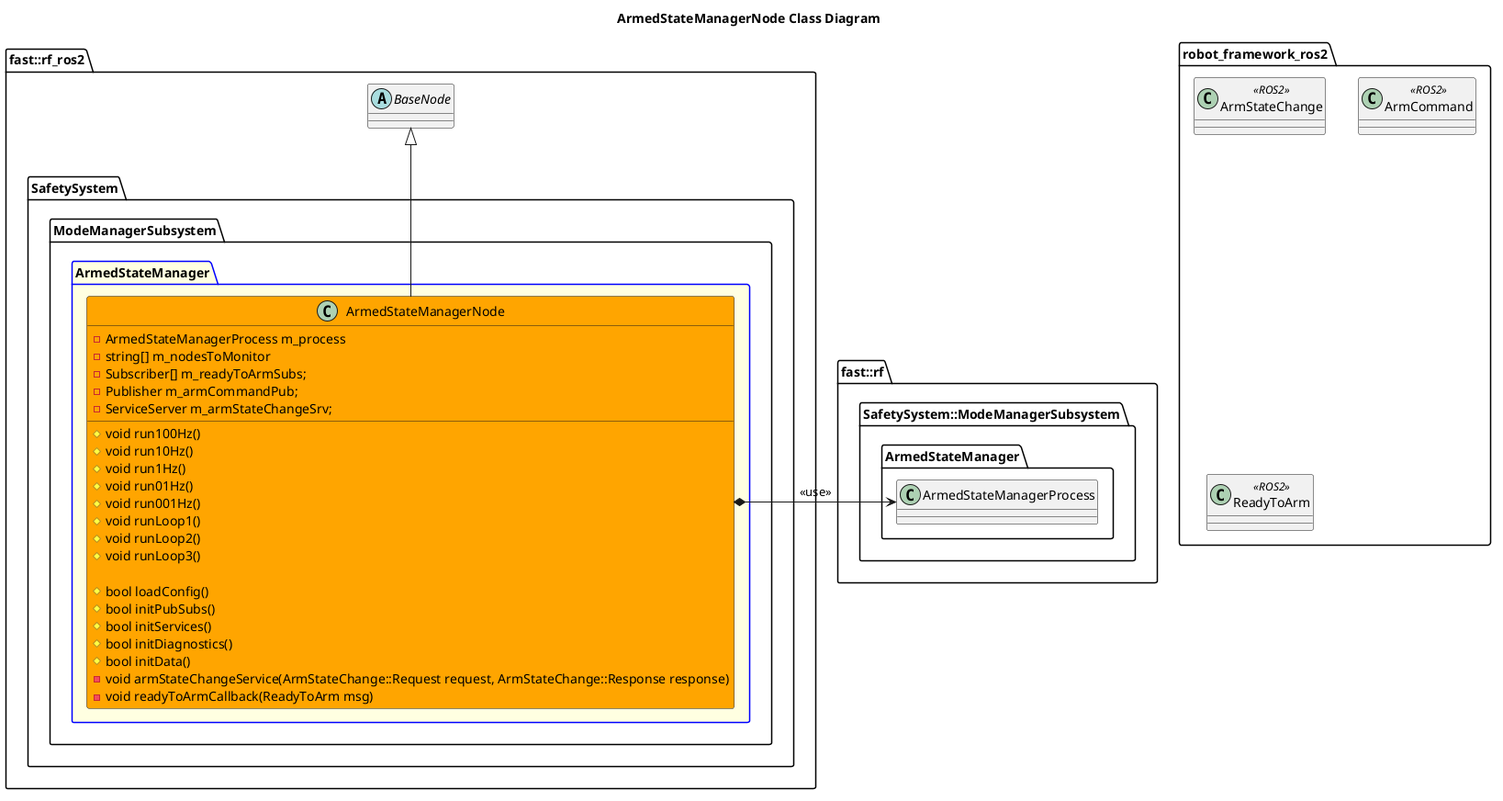
Above: Systems/Safety/Subsystems/ModeManager/Nodes/ArmedStateManagerNode/doc/puml/ArmedStateManagerNodeClassDiagram.png in fastrobotics/robot_framework_ros2 (PlantUML), before the change.
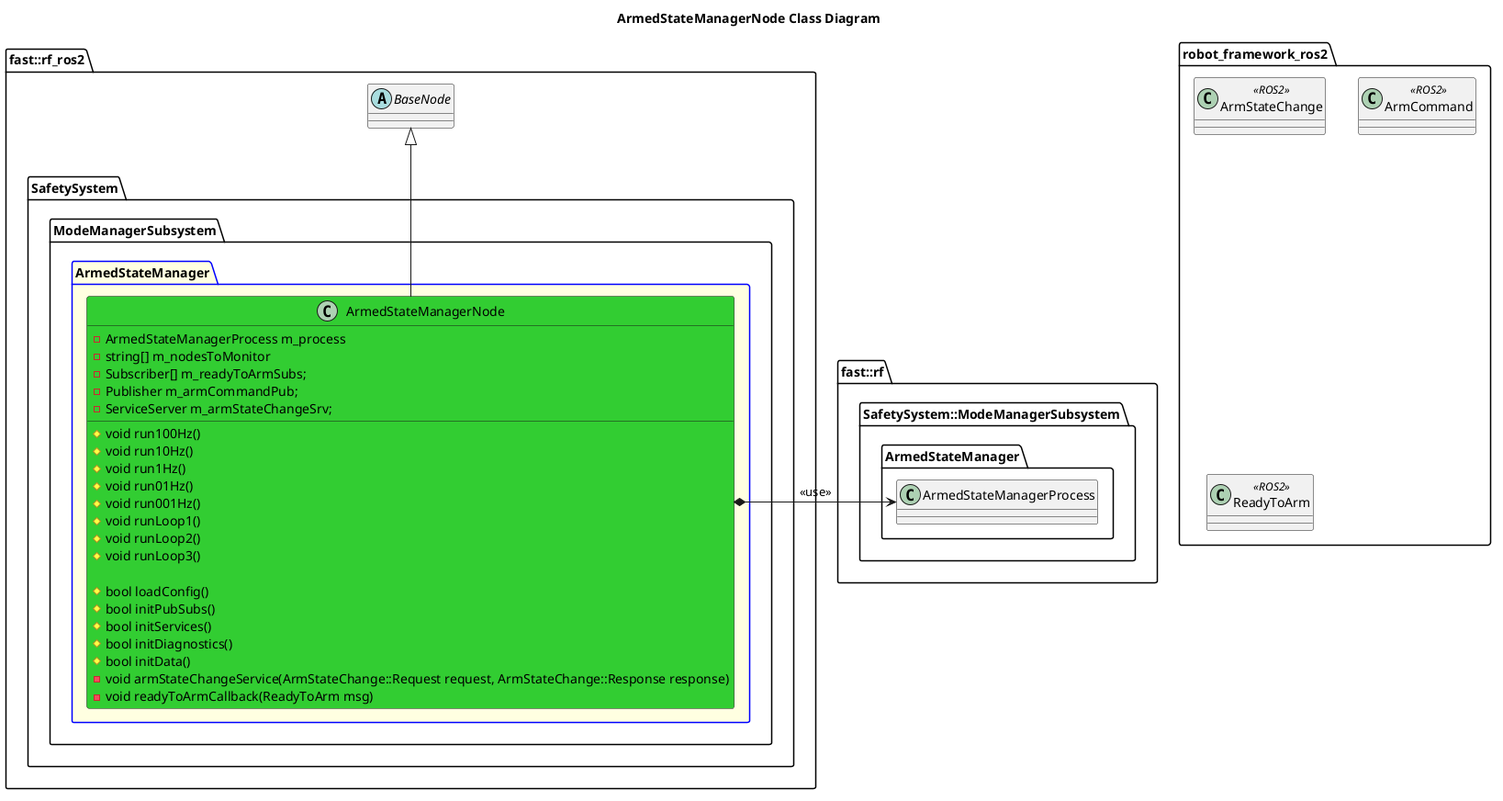
The same diagram one commit later.

What changed in the source:
```diff
@@ -19,7 +19,7 @@
     namespace SafetySystem {
         namespace ModeManagerSubsystem {
             package ArmedStateManager #LightYellow;line:blue  {
-                class ArmedStateManagerNode #Orange {
+                class ArmedStateManagerNode #LimeGreen {
                     #void run100Hz()
                     #void run10Hz()
                     #void run1Hz()
```
